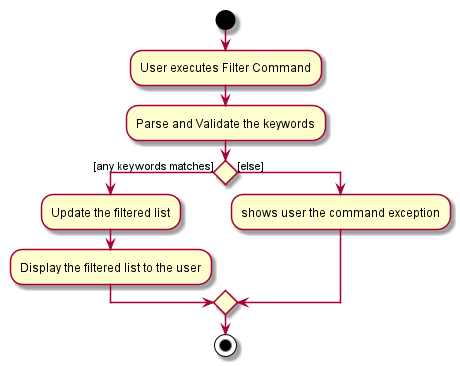
nus-cs2103-AY1920S2/addressbook-level3 keeps this PlantUML diagram as docs/images/FilterCommandActivityDiagram.png. Above is the earlier version. Its diagram source:
```plantuml
@startuml
start
:User executes Filter Command;

:Parse and Validate the keywords;

if () then ([any keywords matches])
    :Update the filtered list;
    :Display the filtered list to the user;

else ([else])
:shows user the command exception;
endif

stop
@enduml
```
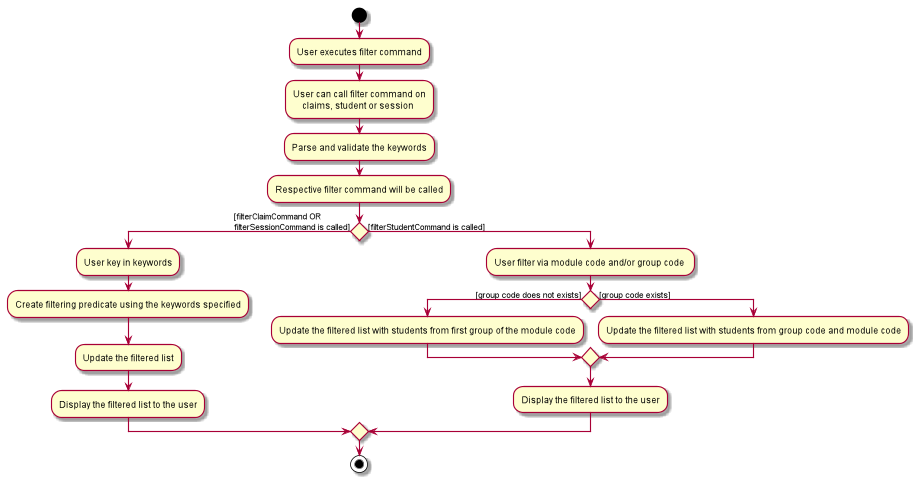
After the change.

Diff of the diagram source:
```diff
@@ -1,15 +1,33 @@
 @startuml
 start
-:User executes Filter Command;
+:User executes filter command;
 
-:Parse and Validate the keywords;
+:User can call filter command on
+    claims, student or session;
 
-if () then ([any keywords matches])
+:Parse and validate the keywords;
+
+:Respective filter command will be called;
+
+if () then ([filterClaimCommand OR
+filterSessionCommand is called])
+    :User key in keywords;
+    :Create filtering predicate using the keywords specified;
     :Update the filtered list;
     :Display the filtered list to the user;
 
-else ([else])
-:shows user the command exception;
+
+else ([filterStudentCommand is called])
+    :User filter via module code and/or group code ;
+
+    if () then ([group code does not exists])
+       :Update the filtered list with students from first group of the module code;
+    else ([group code exists])
+       :Update the filtered list with students from group code and module code;
+
+endif
+:Display the filtered list to the user;
+
 endif
 
 stop
```
